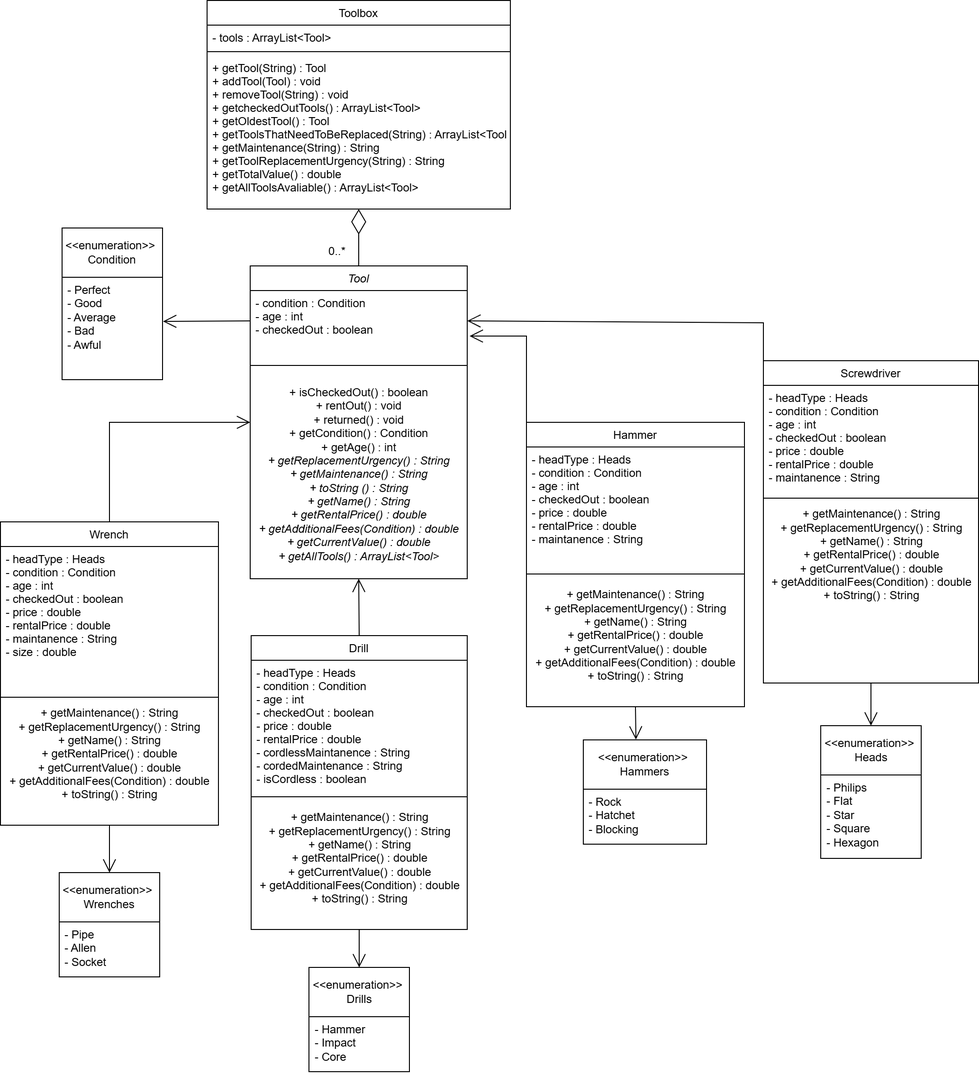
Earlier version of the draw.io export src/Assignment/2-14-oop-design.drawio.png (SACHSTech/2-14-oop-design-project-Preston-Wong). Source tidied: cells renumbered, new cells last; positions are measured from the earlier drawing's top-left corner, leaving out a move shared by most shapes.
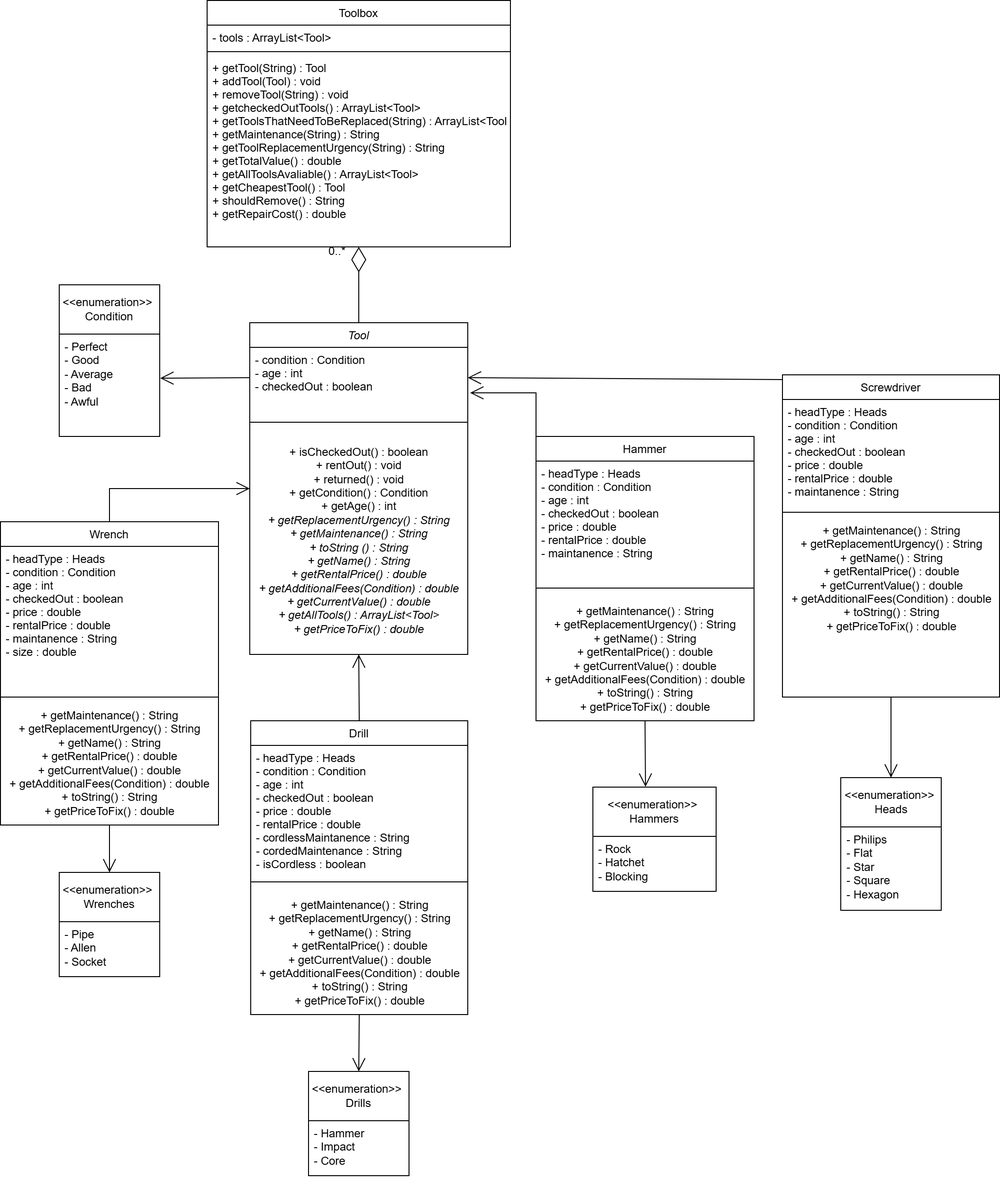
After the commit.

Commit message:
updated UML diagram to match the new code

Change to the diagram source:
```diff
@@ -3,7 +3,7 @@
     <mxCell id="0" />
     <mxCell id="1" parent="0" />
     <mxCell id="2" value="Toolbox" style="swimlane;fontStyle=0;align=center;verticalAlign=top;horizontal=1;startSize=26;rounded=0;shadow=0;strokeWidth=1;" parent="1" vertex="1">
-      <mxGeometry x="218" width="320" height="220" as="geometry" />
+      <mxGeometry x="218" width="320" height="260" as="geometry" />
     </mxCell>
     <mxCell id="3" value="- tools : ArrayList&lt;Tool&gt; " style="text;align=left;verticalAlign=top;spacingLeft=4;spacingRight=4;overflow=hidden;" parent="2" vertex="1">
       <mxGeometry y="26" width="320" height="24" as="geometry" />
@@ -11,35 +11,35 @@
     <mxCell id="4" style="line;html=1;strokeWidth=1;align=left;verticalAlign=middle;spacingTop=-1;spacingLeft=3;spacingRight=3;labelPosition=right;" parent="2" vertex="1">
       <mxGeometry y="50" width="320" height="8" as="geometry" />
     </mxCell>
-    <mxCell id="5" value="+ getTool(String) : Tool&#10;+ addTool(Tool) : void&#10;+ removeTool(String) : void&#10;+ getcheckedOutTools() : ArrayList&lt;Tool&gt;&#10;+ getOldestTool() : Tool&#10;+ getToolsThatNeedToBeReplaced(String) : ArrayList&lt;Tool&gt;&#10;+ getMaintenance(String) : String&#10;+ getToolReplacementUrgency(String) : String&#10;+ getTotalValue() : double&#10;+ getAllToolsAvaliable() : ArrayList&lt;Tool&gt;" style="text;align=left;verticalAlign=top;spacingLeft=4;spacingRight=4;overflow=hidden;" parent="2" vertex="1">
-      <mxGeometry y="58" width="320" height="162" as="geometry" />
+    <mxCell id="5" value="+ getTool(String) : Tool&#10;+ addTool(Tool) : void&#10;+ removeTool(String) : void&#10;+ getcheckedOutTools() : ArrayList&lt;Tool&gt;&#10;+ getToolsThatNeedToBeReplaced(String) : ArrayList&lt;Tool&gt;&#10;+ getMaintenance(String) : String&#10;+ getToolReplacementUrgency(String) : String&#10;+ getTotalValue() : double&#10;+ getAllToolsAvaliable() : ArrayList&lt;Tool&gt;&#10;+ getCheapestTool() : Tool&#10;+ shouldRemove() : String&#10;+ getRepairCost() : double" style="text;align=left;verticalAlign=top;spacingLeft=4;spacingRight=4;overflow=hidden;" parent="2" vertex="1">
+      <mxGeometry y="58" width="320" height="202" as="geometry" />
     </mxCell>
     <mxCell id="6" value="Tool" style="swimlane;fontStyle=2;align=center;verticalAlign=top;horizontal=1;startSize=26;rounded=0;shadow=0;strokeWidth=1;" parent="1" vertex="1">
-      <mxGeometry x="263.5" y="280" width="229" height="330" as="geometry" />
+      <mxGeometry x="263" y="340" width="230" height="350" as="geometry" />
     </mxCell>
     <mxCell id="7" value="- condition : Condition&#10;- age : int&#10;- checkedOut : boolean" style="text;align=left;verticalAlign=top;spacingLeft=4;spacingRight=4;overflow=hidden;points=[[0,0.5],[1,0.5]];portConstraint=eastwest;" parent="6" vertex="1">
-      <mxGeometry y="26" width="229" height="64" as="geometry" />
+      <mxGeometry y="26" width="230" height="64" as="geometry" />
     </mxCell>
     <mxCell id="8" style="line;html=1;strokeWidth=1;align=left;verticalAlign=middle;spacingTop=-1;spacingLeft=3;spacingRight=3;labelPosition=right;" parent="6" vertex="1">
-      <mxGeometry y="90" width="229" height="30" as="geometry" />
+      <mxGeometry y="90" width="230" height="30" as="geometry" />
     </mxCell>
-    <mxCell id="9" value="&lt;div&gt;+ isCheckedOut() : boolean&lt;/div&gt;&lt;div&gt;+ rentOut() : void&lt;/div&gt;&lt;div&gt;+ returned() : void&lt;/div&gt;&lt;div&gt;+ getCondition() : Condition&lt;/div&gt;&lt;div&gt;+ getAge() : int&lt;/div&gt;&lt;div&gt;&lt;i&gt;+ getReplacementUrgency() : String&lt;/i&gt;&lt;/div&gt;&lt;div&gt;&lt;i&gt;+ getMaintenance() : String&lt;/i&gt;&lt;/div&gt;&lt;div&gt;&lt;i&gt;+ toString () : String&lt;/i&gt;&lt;/div&gt;&lt;div&gt;&lt;i&gt;+ getName() : String&lt;/i&gt;&lt;/div&gt;&lt;div&gt;&lt;i style=&quot;background-color: transparent; color: light-dark(rgb(0, 0, 0), rgb(255, 255, 255));&quot;&gt;+ getRentalPrice() : double&lt;/i&gt;&lt;/div&gt;&lt;div&gt;&lt;i&gt;+ getAdditionalFees(Condition) : double&lt;/i&gt;&lt;/div&gt;&lt;div&gt;&lt;i&gt;+ getCurrentValue() : double&lt;/i&gt;&lt;/div&gt;&lt;div&gt;&lt;i&gt;+ getAllTools() : ArrayList&amp;lt;Tool&amp;gt;&lt;/i&gt;&lt;/div&gt;" style="text;html=1;align=center;verticalAlign=middle;strokeColor=none;fillColor=none;" parent="6" vertex="1">
-      <mxGeometry y="120" width="229" height="200" as="geometry" />
+    <mxCell id="9" value="&lt;div&gt;+ isCheckedOut() : boolean&lt;/div&gt;&lt;div&gt;+ rentOut() : void&lt;/div&gt;&lt;div&gt;+ returned() : void&lt;/div&gt;&lt;div&gt;+ getCondition() : Condition&lt;/div&gt;&lt;div&gt;+ getAge() : int&lt;/div&gt;&lt;div&gt;&lt;i&gt;+ getReplacementUrgency() : String&lt;/i&gt;&lt;/div&gt;&lt;div&gt;&lt;i&gt;+ getMaintenance() : String&lt;/i&gt;&lt;/div&gt;&lt;div&gt;&lt;i&gt;+ toString () : String&lt;/i&gt;&lt;/div&gt;&lt;div&gt;&lt;i&gt;+ getName() : String&lt;/i&gt;&lt;/div&gt;&lt;div&gt;&lt;i style=&quot;background-color: transparent; color: light-dark(rgb(0, 0, 0), rgb(255, 255, 255));&quot;&gt;+ getRentalPrice() : double&lt;/i&gt;&lt;/div&gt;&lt;div&gt;&lt;i&gt;+ getAdditionalFees(Condition) : double&lt;/i&gt;&lt;/div&gt;&lt;div&gt;&lt;i&gt;+ getCurrentValue() : double&lt;/i&gt;&lt;/div&gt;&lt;div&gt;&lt;i&gt;+ getAllTools() : ArrayList&amp;lt;Tool&amp;gt;&lt;/i&gt;&lt;/div&gt;&lt;div&gt;&lt;i&gt;+ getPriceToFix() : double&lt;/i&gt;&lt;/div&gt;" style="text;html=1;align=center;verticalAlign=middle;strokeColor=none;fillColor=none;" parent="6" vertex="1">
+      <mxGeometry y="120" width="230" height="220" as="geometry" />
     </mxCell>
     <mxCell id="10" value="Screwdriver" style="swimlane;fontStyle=0;align=center;verticalAlign=top;horizontal=1;startSize=26;rounded=0;shadow=0;strokeWidth=1;" parent="1" vertex="1">
-      <mxGeometry x="805" y="380" width="227" height="340" as="geometry" />
+      <mxGeometry x="825" y="395" width="229" height="340" as="geometry" />
     </mxCell>
     <mxCell id="11" value="- headType : Heads&#10;- condition : Condition&#10;- age : int&#10;- checkedOut : boolean&#10;- price : double&#10;- rentalPrice : double&#10;- maintanence : String&#10;" style="text;align=left;verticalAlign=top;spacingLeft=4;spacingRight=4;overflow=hidden;points=[[0,0.5],[1,0.5]];portConstraint=eastwest;" parent="10" vertex="1">
-      <mxGeometry y="26" width="227" height="114" as="geometry" />
+      <mxGeometry y="26" width="229" height="114" as="geometry" />
     </mxCell>
     <mxCell id="12" style="line;html=1;strokeWidth=1;align=left;verticalAlign=middle;spacingTop=-1;spacingLeft=3;spacingRight=3;labelPosition=right;" parent="10" vertex="1">
-      <mxGeometry y="140" width="227" height="10" as="geometry" />
+      <mxGeometry y="140" width="229" height="10" as="geometry" />
     </mxCell>
-    <mxCell id="13" value="&lt;div&gt;+ getMaintenance() : String&lt;br&gt;&lt;div&gt;+ getReplacementUrgency() : String&lt;/div&gt;&lt;/div&gt;&lt;div&gt;+ getName() : String&lt;/div&gt;&lt;div&gt;&lt;span style=&quot;background-color: transparent; color: light-dark(rgb(0, 0, 0), rgb(255, 255, 255));&quot;&gt;+ getRentalPrice() : double&lt;/span&gt;&lt;/div&gt;&lt;div&gt;+ getCurrentValue() : double&lt;/div&gt;&lt;div&gt;+ getAdditionalFees(Condition) : double&lt;/div&gt;&lt;div&gt;+ toString() : String&lt;/div&gt;" style="text;html=1;align=center;verticalAlign=middle;strokeColor=none;fillColor=none;" parent="10" vertex="1">
-      <mxGeometry y="150" width="227" height="110" as="geometry" />
+    <mxCell id="13" value="&lt;div&gt;+ getMaintenance() : String&lt;br&gt;&lt;div&gt;+ getReplacementUrgency() : String&lt;/div&gt;&lt;/div&gt;&lt;div&gt;+ getName() : String&lt;/div&gt;&lt;div&gt;&lt;span style=&quot;background-color: transparent; color: light-dark(rgb(0, 0, 0), rgb(255, 255, 255));&quot;&gt;+ getRentalPrice() : double&lt;/span&gt;&lt;/div&gt;&lt;div&gt;+ getCurrentValue() : double&lt;/div&gt;&lt;div&gt;+ getAdditionalFees(Condition) : double&lt;/div&gt;&lt;div&gt;+ toString() : String&lt;/div&gt;&lt;div&gt;+ getPriceToFix() : double&lt;/div&gt;" style="text;html=1;align=center;verticalAlign=middle;strokeColor=none;fillColor=none;" parent="10" vertex="1">
+      <mxGeometry y="150" width="229" height="130" as="geometry" />
     </mxCell>
     <mxCell id="14" value="Hammer" style="swimlane;fontStyle=0;align=center;verticalAlign=top;horizontal=1;startSize=26;rounded=0;shadow=0;strokeWidth=1;" parent="1" vertex="1">
-      <mxGeometry x="555" y="445" width="230" height="300" as="geometry" />
+      <mxGeometry x="565" y="460" width="230" height="300" as="geometry" />
     </mxCell>
     <mxCell id="15" value="- headType : Heads&#10;- condition : Condition&#10;- age : int&#10;- checkedOut : boolean&#10;- price : double&#10;- rentalPrice : double&#10;- maintanence : String&#10;" style="text;align=left;verticalAlign=top;spacingLeft=4;spacingRight=4;overflow=hidden;" parent="14" vertex="1">
       <mxGeometry y="26" width="230" height="124" as="geometry" />
@@ -47,20 +47,20 @@
     <mxCell id="16" style="line;html=1;strokeWidth=1;align=left;verticalAlign=middle;spacingTop=-1;spacingLeft=3;spacingRight=3;labelPosition=right;" parent="14" vertex="1">
       <mxGeometry y="150" width="230" height="20" as="geometry" />
     </mxCell>
-    <mxCell id="17" value="&lt;div&gt;+ getMaintenance() : String&lt;br&gt;&lt;div&gt;+ getReplacementUrgency() : String&lt;/div&gt;&lt;/div&gt;&lt;div&gt;+ getName() : String&lt;/div&gt;&lt;div&gt;+ getRentalPrice() : double&lt;/div&gt;&lt;div&gt;+ getCurrentValue() : double&lt;/div&gt;&lt;div&gt;+ getAdditionalFees(Condition) : double&lt;/div&gt;&lt;div&gt;+ toString() : String&lt;/div&gt;" style="text;html=1;align=center;verticalAlign=middle;strokeColor=none;fillColor=none;" parent="14" vertex="1">
-      <mxGeometry y="170" width="230" height="110" as="geometry" />
+    <mxCell id="17" value="&lt;div&gt;+ getMaintenance() : String&lt;br&gt;&lt;div&gt;+ getReplacementUrgency() : String&lt;/div&gt;&lt;/div&gt;&lt;div&gt;+ getName() : String&lt;/div&gt;&lt;div&gt;+ getRentalPrice() : double&lt;/div&gt;&lt;div&gt;+ getCurrentValue() : double&lt;/div&gt;&lt;div&gt;+ getAdditionalFees(Condition) : double&lt;/div&gt;&lt;div&gt;+ toString() : String&lt;/div&gt;&lt;div&gt;+ getPriceToFix() : double&lt;/div&gt;" style="text;html=1;align=center;verticalAlign=middle;strokeColor=none;fillColor=none;" parent="14" vertex="1">
+      <mxGeometry y="170" width="230" height="130" as="geometry" />
     </mxCell>
     <mxCell id="18" style="endArrow=open;endFill=1;endSize=12;html=1;rounded=0;exitX=0;exitY=0.5;exitDx=0;exitDy=0;entryX=1;entryY=0.5;entryDx=0;entryDy=0;" parent="1" edge="1" source="11" target="7">
       <mxGeometry relative="1" as="geometry">
         <Array as="points">
-          <mxPoint x="805" y="340" />
+          <mxPoint x="825" y="400" />
         </Array>
       </mxGeometry>
     </mxCell>
     <mxCell id="19" style="endArrow=open;endFill=1;endSize=12;html=1;rounded=0;exitX=0;exitY=0.5;exitDx=0;exitDy=0;entryX=1.011;entryY=0.75;entryDx=0;entryDy=0;entryPerimeter=0;" parent="1" edge="1" source="14" target="7">
       <mxGeometry relative="1" as="geometry">
         <Array as="points">
-          <mxPoint x="555" y="354" />
+          <mxPoint x="565" y="414" />
         </Array>
       </mxGeometry>
     </mxCell>
@@ -79,20 +79,20 @@
     <mxCell id="24" style="line;html=1;strokeWidth=1;align=left;verticalAlign=middle;spacingTop=-1;spacingLeft=3;spacingRight=3;labelPosition=right;" parent="22" vertex="1">
       <mxGeometry y="180" width="230" height="10" as="geometry" />
     </mxCell>
-    <mxCell id="25" value="&lt;div&gt;+ getMaintenance() : String&lt;br&gt;&lt;div&gt;+ getReplacementUrgency() : String&lt;/div&gt;&lt;/div&gt;&lt;div&gt;+ getName() : String&lt;/div&gt;&lt;div&gt;&lt;span style=&quot;background-color: transparent; color: light-dark(rgb(0, 0, 0), rgb(255, 255, 255));&quot;&gt;+ getRentalPrice() : double&lt;/span&gt;&lt;/div&gt;&lt;div&gt;+ getCurrentValue() : double&lt;/div&gt;&lt;div&gt;+ getAdditionalFees(Condition) : double&lt;/div&gt;&lt;div&gt;+ toString() : String&lt;br&gt;&lt;/div&gt;" style="text;html=1;align=center;verticalAlign=middle;strokeColor=none;fillColor=none;" parent="22" vertex="1">
-      <mxGeometry y="190" width="230" height="110" as="geometry" />
+    <mxCell id="25" value="&lt;div&gt;+ getMaintenance() : String&lt;br&gt;&lt;div&gt;+ getReplacementUrgency() : String&lt;/div&gt;&lt;/div&gt;&lt;div&gt;+ getName() : String&lt;/div&gt;&lt;div&gt;&lt;span style=&quot;background-color: transparent; color: light-dark(rgb(0, 0, 0), rgb(255, 255, 255));&quot;&gt;+ getRentalPrice() : double&lt;/span&gt;&lt;/div&gt;&lt;div&gt;+ getCurrentValue() : double&lt;/div&gt;&lt;div&gt;+ getAdditionalFees(Condition) : double&lt;/div&gt;&lt;div&gt;+ toString() : String&lt;br&gt;&lt;/div&gt;&lt;div&gt;+ getPriceToFix() : double&lt;/div&gt;" style="text;html=1;align=center;verticalAlign=middle;strokeColor=none;fillColor=none;" parent="22" vertex="1">
+      <mxGeometry y="190" width="230" height="130" as="geometry" />
     </mxCell>
     <mxCell id="26" value="Drill" style="swimlane;fontStyle=0;align=center;verticalAlign=top;horizontal=1;startSize=26;rounded=0;shadow=0;strokeWidth=1;" parent="1" vertex="1">
-      <mxGeometry x="264.5" y="670" width="228" height="310" as="geometry" />
+      <mxGeometry x="264" y="760" width="229" height="310" as="geometry" />
     </mxCell>
-    <mxCell id="27" value="- headType : Heads&#10;- condition : Condition&#10;- age : int&#10;- checkedOut : boolean&#10;- price : double&#10;- rentalPrice : double&#10;- cordlessMaintanence : String&#10;- cordedMaintenance : String&#10;- isCordless : boolean&#10;&#10;" style="text;align=left;verticalAlign=top;spacingLeft=4;spacingRight=4;overflow=hidden;" parent="26" vertex="1">
-      <mxGeometry y="26" width="228" height="134" as="geometry" />
+    <mxCell id="27" value="- headType : Heads&#10;- condition : Condition&#10;- age : int&#10;- checkedOut : boolean&#10;- price : double&#10;- rentalPrice : double&#10;- cordlessMaintanence : String&#10;- cordedMaintenance : String&#10;- isCordless : boolean&#10;&#10;&#10;" style="text;align=left;verticalAlign=top;spacingLeft=4;spacingRight=4;overflow=hidden;" parent="26" vertex="1">
+      <mxGeometry y="26" width="229" height="134" as="geometry" />
     </mxCell>
     <mxCell id="28" style="line;html=1;strokeWidth=1;align=left;verticalAlign=middle;spacingTop=-1;spacingLeft=3;spacingRight=3;labelPosition=right;" parent="26" vertex="1">
-      <mxGeometry y="160" width="228" height="20" as="geometry" />
+      <mxGeometry y="160" width="229" height="20" as="geometry" />
     </mxCell>
-    <mxCell id="29" value="&lt;div&gt;+ getMaintenance() : String&lt;br&gt;&lt;div&gt;+ getReplacementUrgency() : String&lt;/div&gt;&lt;/div&gt;&lt;div&gt;+ getName() : String&lt;/div&gt;&lt;div&gt;+ getRentalPrice() : double&lt;/div&gt;&lt;div&gt;+ getCurrentValue() : double&lt;/div&gt;&lt;div&gt;+ getAdditionalFees(Condition) : double&lt;/div&gt;&lt;div&gt;+ toString() : String&lt;/div&gt;" style="text;html=1;align=center;verticalAlign=middle;strokeColor=none;fillColor=none;" parent="26" vertex="1">
-      <mxGeometry y="180" width="228" height="110" as="geometry" />
+    <mxCell id="29" value="&lt;div&gt;+ getMaintenance() : String&lt;br&gt;&lt;div&gt;+ getReplacementUrgency() : String&lt;/div&gt;&lt;/div&gt;&lt;div&gt;+ getName() : String&lt;/div&gt;&lt;div&gt;+ getRentalPrice() : double&lt;/div&gt;&lt;div&gt;+ getCurrentValue() : double&lt;/div&gt;&lt;div&gt;+ getAdditionalFees(Condition) : double&lt;/div&gt;&lt;div&gt;+ toString() : String&lt;/div&gt;&lt;div&gt;+ getPriceToFix() : double&lt;/div&gt;" style="text;html=1;align=center;verticalAlign=middle;strokeColor=none;fillColor=none;" parent="26" vertex="1">
+      <mxGeometry y="180" width="229" height="130" as="geometry" />
     </mxCell>
     <mxCell id="30" style="endArrow=open;endFill=1;endSize=12;html=1;rounded=0;entryX=0.5;entryY=1;entryDx=0;entryDy=0;exitX=0.5;exitY=0;exitDx=0;exitDy=0;" parent="1" edge="1" source="26" target="6">
       <mxGeometry relative="1" as="geometry" />
@@ -100,12 +100,12 @@
     <mxCell id="31" style="endArrow=open;endFill=1;endSize=12;html=1;rounded=0;entryX=0;entryY=0.5;entryDx=0;entryDy=0;exitX=0.5;exitY=0;exitDx=0;exitDy=0;" parent="1" edge="1" source="22" target="6">
       <mxGeometry relative="1" as="geometry">
         <Array as="points">
-          <mxPoint x="115" y="445" />
+          <mxPoint x="115" y="515" />
         </Array>
       </mxGeometry>
     </mxCell>
     <mxCell id="32" value="&amp;lt;&amp;lt;enumeration&amp;gt;&amp;gt;&amp;nbsp;&lt;div&gt;Condition&lt;/div&gt;" style="swimlane;fontStyle=0;horizontal=1;startSize=52;fillColor=none;whiteSpace=wrap;html=1;" parent="1" vertex="1">
-      <mxGeometry x="65" y="240" width="106" height="160" as="geometry" />
+      <mxGeometry x="62" y="300" width="106" height="160" as="geometry" />
     </mxCell>
     <mxCell id="33" value="&lt;div&gt;- Perfect&lt;/div&gt;&lt;div&gt;- Good&lt;/div&gt;&lt;div&gt;- Average&lt;/div&gt;&lt;div&gt;&lt;span style=&quot;background-color: transparent; color: light-dark(rgb(0, 0, 0), rgb(255, 255, 255));&quot;&gt;- Bad&lt;/span&gt;&lt;/div&gt;&lt;div&gt;- Awful&lt;/div&gt;" style="text;strokeColor=none;fillColor=none;align=left;verticalAlign=top;spacingLeft=4;spacingRight=4;overflow=hidden;points=[[0,0.5],[1,0.5]];portConstraint=eastwest;whiteSpace=wrap;html=1;" parent="32" vertex="1">
       <mxGeometry y="52" width="106" height="108" as="geometry" />
@@ -120,19 +120,19 @@
       <mxGeometry y="52" width="106" height="58" as="geometry" />
     </mxCell>
     <mxCell id="37" value="&amp;lt;&amp;lt;enumeration&amp;gt;&amp;gt;&amp;nbsp;&lt;div&gt;Drills&lt;/div&gt;" style="swimlane;fontStyle=0;horizontal=1;startSize=52;fillColor=none;whiteSpace=wrap;html=1;" parent="1" vertex="1">
-      <mxGeometry x="325.5" y="1020" width="106" height="110" as="geometry" />
+      <mxGeometry x="325" y="1130" width="106" height="110" as="geometry" />
     </mxCell>
     <mxCell id="38" value="&lt;div&gt;- Hammer&amp;nbsp;&lt;/div&gt;&lt;div&gt;- Impact&amp;nbsp;&lt;/div&gt;&lt;div&gt;- Core&amp;nbsp;&lt;/div&gt;" style="text;strokeColor=none;fillColor=none;align=left;verticalAlign=top;spacingLeft=4;spacingRight=4;overflow=hidden;whiteSpace=wrap;html=1;" parent="37" vertex="1">
       <mxGeometry y="52" width="106" height="58" as="geometry" />
     </mxCell>
     <mxCell id="39" value="&amp;lt;&amp;lt;enumeration&amp;gt;&amp;gt;&amp;nbsp;&lt;div&gt;Hammers&lt;/div&gt;" style="swimlane;fontStyle=0;horizontal=1;startSize=52;fillColor=none;whiteSpace=wrap;html=1;" parent="1" vertex="1">
-      <mxGeometry x="615" y="780" width="130" height="110" as="geometry" />
+      <mxGeometry x="625" y="830" width="130" height="110" as="geometry" />
     </mxCell>
     <mxCell id="40" value="&lt;div&gt;- Rock&amp;nbsp;&lt;/div&gt;&lt;div&gt;- Hatchet&amp;nbsp;&lt;/div&gt;&lt;div&gt;- Blocking&lt;/div&gt;" style="text;strokeColor=none;fillColor=none;align=left;verticalAlign=top;spacingLeft=4;spacingRight=4;overflow=hidden;whiteSpace=wrap;html=1;" parent="39" vertex="1">
       <mxGeometry y="52" width="130" height="58" as="geometry" />
     </mxCell>
     <mxCell id="41" value="&amp;lt;&amp;lt;enumeration&amp;gt;&amp;gt;&amp;nbsp;&lt;div&gt;Heads&lt;/div&gt;" style="swimlane;fontStyle=0;horizontal=1;startSize=52;fillColor=none;whiteSpace=wrap;html=1;" parent="1" vertex="1">
-      <mxGeometry x="865.5" y="765" width="106" height="140" as="geometry" />
+      <mxGeometry x="886.5" y="820" width="106" height="140" as="geometry" />
     </mxCell>
     <mxCell id="42" value="&lt;div&gt;- Philips&lt;/div&gt;&lt;div&gt;- Flat&amp;nbsp;&lt;/div&gt;&lt;div&gt;- Star&lt;/div&gt;&lt;div&gt;- Square&amp;nbsp;&lt;/div&gt;&lt;div&gt;- Hexagon&amp;nbsp;&lt;/div&gt;" style="text;strokeColor=none;fillColor=none;align=left;verticalAlign=top;spacingLeft=4;spacingRight=4;overflow=hidden;whiteSpace=wrap;html=1;" parent="41" vertex="1">
       <mxGeometry y="52" width="106" height="88" as="geometry" />
```
